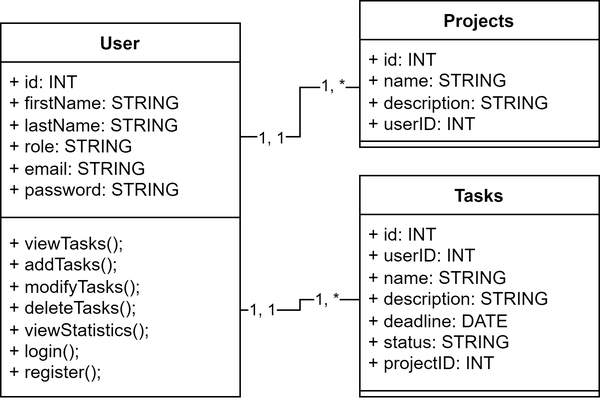
The draw.io diagram UML/diagramClass.png in SoufianeAbo/trelloware, before a commit. Source tidied: cells renumbered, new cells last; positions are measured from the earlier drawing's top-left corner, leaving out a move shared by most shapes.
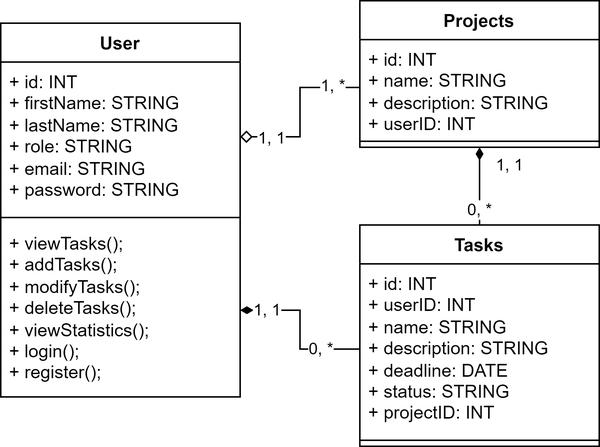
Above is the later version.

Commit message:
update diagram of class

The edit, as a diff of the source:
```diff
@@ -15,7 +15,7 @@
       <mxGeometry y="134" width="160" height="116" as="geometry" />
     </mxCell>
     <mxCell id="6" value="Tasks" style="swimlane;fontStyle=1;align=center;verticalAlign=top;horizontal=1;startSize=26;whiteSpace=wrap;html=1;" parent="1" vertex="1">
-      <mxGeometry x="240" y="117" width="160" height="148" as="geometry" />
+      <mxGeometry x="240" y="150" width="160" height="148" as="geometry" />
     </mxCell>
     <mxCell id="7" value="+ id: INT&lt;br&gt;+ userID: INT&lt;br&gt;+ name: STRING&lt;br&gt;+ description: STRING&lt;br&gt;+ deadline: DATE&lt;br&gt;+ status: STRING&lt;br&gt;+ projectID: INT" style="text;strokeColor=none;fillColor=none;align=left;verticalAlign=top;spacingLeft=4;spacingRight=4;overflow=hidden;points=[[0,0.5],[1,0.5]];portConstraint=eastwest;whiteSpace=wrap;html=1;" parent="6" vertex="1">
       <mxGeometry y="26" width="160" height="114" as="geometry" />
@@ -23,34 +23,47 @@
     <mxCell id="8" style="line;strokeWidth=1;fillColor=none;align=left;verticalAlign=middle;spacingTop=-1;spacingLeft=3;spacingRight=3;labelPosition=right;strokeColor=inherit;" parent="6" vertex="1">
       <mxGeometry y="140" width="160" height="8" as="geometry" />
     </mxCell>
-    <mxCell id="9" value="Projects" style="swimlane;fontStyle=1;align=center;verticalAlign=top;horizontal=1;startSize=26;whiteSpace=wrap;html=1;" parent="1" vertex="1">
-      <mxGeometry x="240" width="160" height="98" as="geometry" />
+    <mxCell id="9" style="edgeStyle=orthogonalEdgeStyle;rounded=0;jettySize=auto;html=1;exitX=0.5;exitY=1;exitDx=0;exitDy=0;entryX=0.5;entryY=0;entryDx=0;entryDy=0;endArrow=none;endFill=0;startArrow=diamondThin;startFill=1;" parent="1" edge="1" source="12" target="6">
+      <mxGeometry relative="1" as="geometry" />
     </mxCell>
-    <mxCell id="10" value="+ id: INT&lt;br&gt;+ name: STRING&lt;br&gt;+ description: STRING&lt;br&gt;+ userID: INT" style="text;strokeColor=none;fillColor=none;align=left;verticalAlign=top;spacingLeft=4;spacingRight=4;overflow=hidden;points=[[0,0.5],[1,0.5]];portConstraint=eastwest;whiteSpace=wrap;html=1;" parent="9" vertex="1">
-      <mxGeometry y="26" width="160" height="64" as="geometry" />
+    <mxCell id="10" value="0, *" style="edgeLabel;html=1;align=center;verticalAlign=middle;points=[];" parent="9" vertex="1">
+      <mxGeometry x="0.65" relative="1" as="geometry">
+        <mxPoint y="-1" as="offset" />
+      </mxGeometry>
     </mxCell>
-    <mxCell id="11" style="line;strokeWidth=1;fillColor=none;align=left;verticalAlign=middle;spacingTop=-1;spacingLeft=3;spacingRight=3;labelPosition=right;strokeColor=inherit;" parent="9" vertex="1">
-      <mxGeometry y="90" width="160" height="8" as="geometry" />
+    <mxCell id="11" value="1, 1" style="edgeLabel;html=1;align=center;verticalAlign=middle;" parent="9" vertex="1">
+      <mxGeometry x="-0.79" y="-2" relative="1" as="geometry">
+        <mxPoint x="22" y="6" as="offset" />
+      </mxGeometry>
     </mxCell>
-    <mxCell id="12" style="edgeStyle=orthogonalEdgeStyle;rounded=0;jettySize=auto;html=1;exitX=1;exitY=0.5;exitDx=0;exitDy=0;entryX=0;entryY=0.5;entryDx=0;entryDy=0;endArrow=none;endFill=0;" parent="1" edge="1" source="3" target="10">
-      <mxGeometry relative="1" as="geometry" />
+    <mxCell id="12" value="Projects" style="swimlane;fontStyle=1;align=center;verticalAlign=top;horizontal=1;startSize=26;whiteSpace=wrap;html=1;" parent="1" vertex="1">
+      <mxGeometry x="240" width="160" height="98" as="geometry" />
     </mxCell>
-    <mxCell id="13" value="1, 1" style="edgeLabel;html=1;align=center;verticalAlign=middle;points=[];" parent="12" vertex="1">
-      <mxGeometry x="-0.63" y="-1" relative="1" as="geometry" />
+    <mxCell id="13" value="+ id: INT&lt;br&gt;+ name: STRING&lt;br&gt;+ description: STRING&lt;br&gt;+ userID: INT" style="text;strokeColor=none;fillColor=none;align=left;verticalAlign=top;spacingLeft=4;spacingRight=4;overflow=hidden;points=[[0,0.5],[1,0.5]];portConstraint=eastwest;whiteSpace=wrap;html=1;" parent="12" vertex="1">
+      <mxGeometry y="26" width="160" height="64" as="geometry" />
     </mxCell>
-    <mxCell id="14" value="1, *" style="edgeLabel;html=1;align=center;verticalAlign=middle;" parent="12" vertex="1">
-      <mxGeometry x="0.68" y="-3" relative="1" as="geometry">
-        <mxPoint y="-4" as="offset" />
-      </mxGeometry>
+    <mxCell id="14" style="line;strokeWidth=1;fillColor=none;align=left;verticalAlign=middle;spacingTop=-1;spacingLeft=3;spacingRight=3;labelPosition=right;strokeColor=inherit;" parent="12" vertex="1">
+      <mxGeometry y="90" width="160" height="8" as="geometry" />
     </mxCell>
-    <mxCell id="15" style="edgeStyle=orthogonalEdgeStyle;rounded=0;jettySize=auto;html=1;endArrow=none;endFill=0;" parent="1" edge="1" source="5" target="7">
+    <mxCell id="15" style="edgeStyle=orthogonalEdgeStyle;rounded=0;jettySize=auto;html=1;exitX=1;exitY=0.5;exitDx=0;exitDy=0;entryX=0;entryY=0.5;entryDx=0;entryDy=0;endArrow=none;endFill=0;startArrow=diamond;startFill=0;" parent="1" edge="1" source="3" target="13">
       <mxGeometry relative="1" as="geometry" />
     </mxCell>
-    <mxCell id="16" value="1, *" style="edgeLabel;html=1;align=center;verticalAlign=middle;" parent="15" vertex="1">
-      <mxGeometry x="0.49" relative="1" as="geometry" />
+    <mxCell id="16" value="1, 1" style="edgeLabel;html=1;align=center;verticalAlign=middle;" parent="15" vertex="1">
+      <mxGeometry x="-0.63" y="-1" relative="1" as="geometry" />
     </mxCell>
-    <mxCell id="17" value="1, 1" style="edgeLabel;html=1;align=center;verticalAlign=middle;" parent="15" vertex="1">
-      <mxGeometry x="-0.66" relative="1" as="geometry" />
+    <mxCell id="17" value="1, *" style="edgeLabel;html=1;align=center;verticalAlign=middle;" parent="15" vertex="1">
+      <mxGeometry x="0.68" y="-3" relative="1" as="geometry">
+        <mxPoint y="-4" as="offset" />
+      </mxGeometry>
     </mxCell>
+    <mxCell id="18" style="edgeStyle=orthogonalEdgeStyle;rounded=0;jettySize=auto;html=1;endArrow=none;endFill=0;startArrow=diamondThin;startFill=1;" parent="1" edge="1" source="5" target="7">
+      <mxGeometry relative="1" as="geometry" />
+    </mxCell>
+    <mxCell id="19" value="0, *" style="edgeLabel;html=1;align=center;verticalAlign=middle;" parent="18" vertex="1">
+      <mxGeometry x="0.49" relative="1" as="geometry" />
+    </mxCell>
+    <mxCell id="20" value="1, 1" style="edgeLabel;html=1;align=center;verticalAlign=middle;" parent="18" vertex="1">
+      <mxGeometry x="-0.66" relative="1" as="geometry" />
+    </mxCell>
   </root>
 </mxGraphModel>
```
